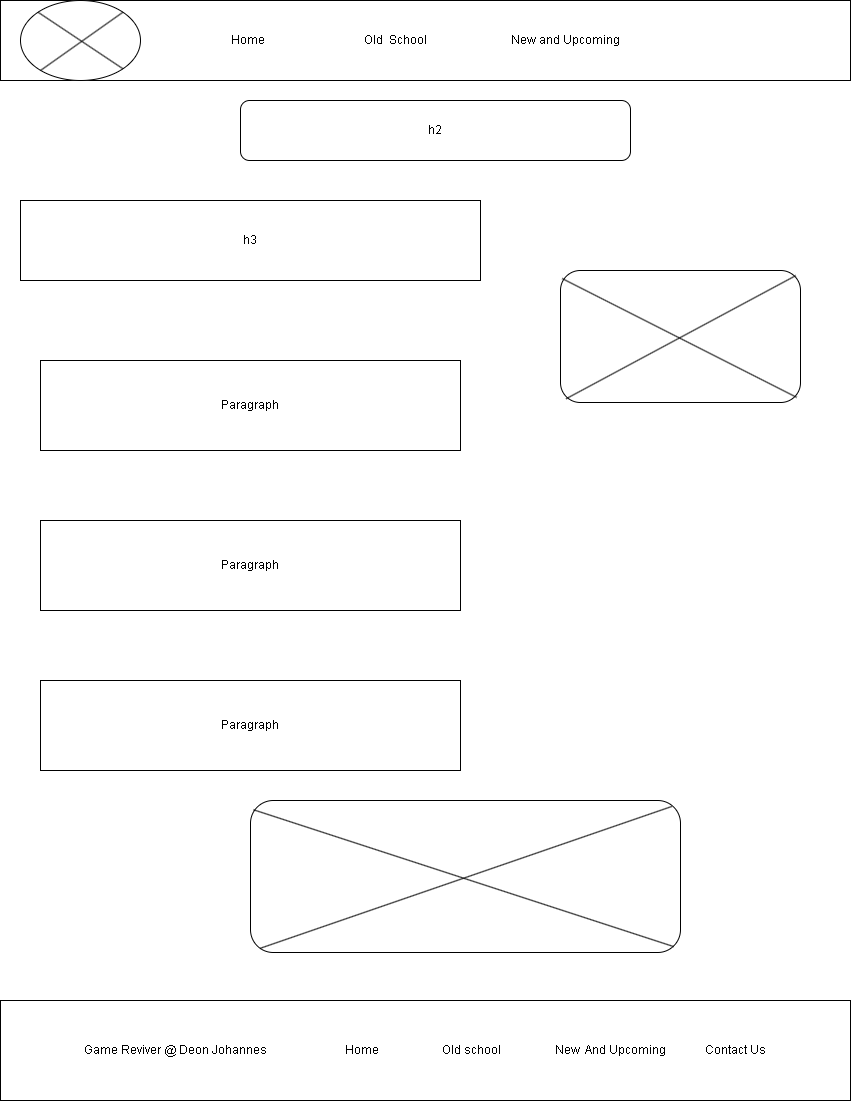
This is gamereviver/images/New and upcoming page.png from DeonAlfred/wdd130, a draw.io export, as it was before one commit. Source tidied: cells renumbered, new cells last; positions are measured from the earlier drawing's top-left corner, leaving out a move shared by most shapes.
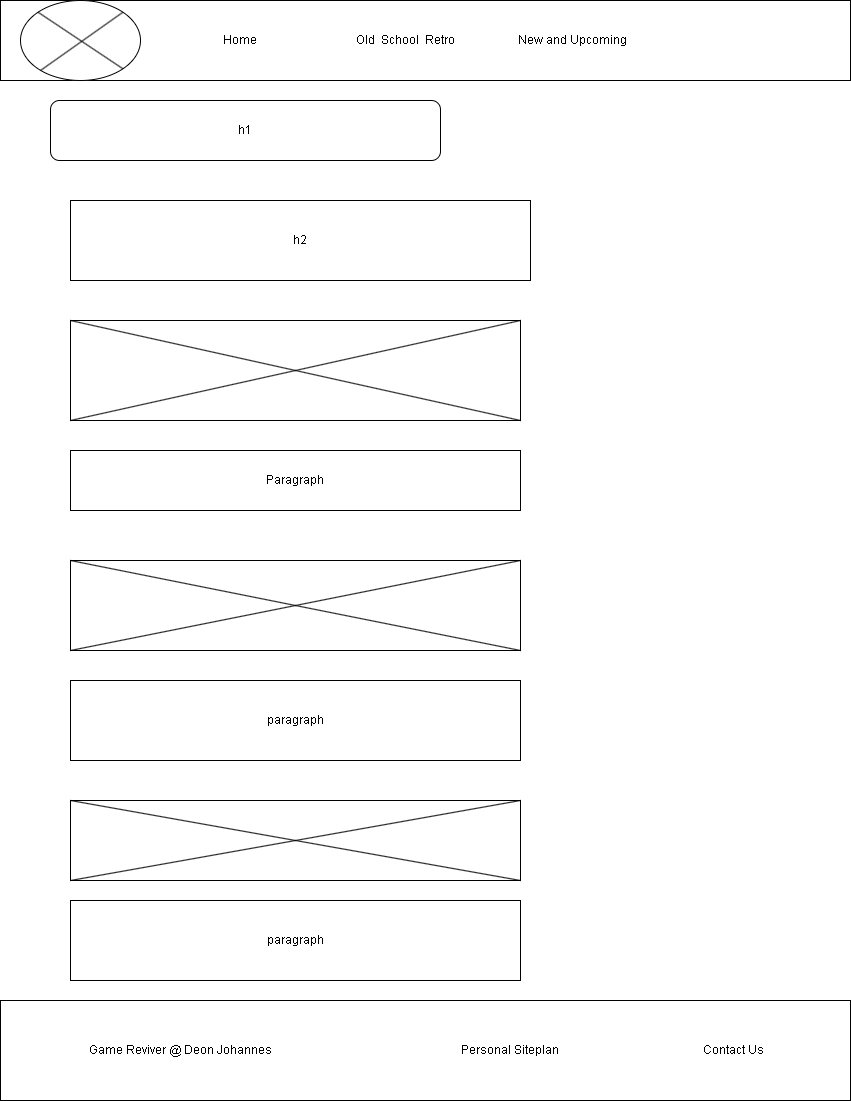
After the change.

Diff of the diagram source:
```diff
@@ -5,13 +5,13 @@
     <mxCell id="2" style="rounded=1;whiteSpace=wrap;html=1;shadow=0;" parent="1" vertex="1">
       <mxGeometry x="190" y="10" width="120" height="60" as="geometry" />
     </mxCell>
-    <mxCell id="3" value="Home&amp;nbsp; &amp;nbsp; &amp;nbsp; &amp;nbsp; &amp;nbsp; &amp;nbsp; &amp;nbsp; &amp;nbsp; &amp;nbsp; &amp;nbsp; &amp;nbsp; &amp;nbsp; &amp;nbsp; &amp;nbsp; &amp;nbsp; &amp;nbsp; &amp;nbsp;Old&amp;nbsp; School&amp;nbsp; &amp;nbsp; &amp;nbsp; &amp;nbsp; &amp;nbsp; &amp;nbsp; &amp;nbsp; &amp;nbsp; &amp;nbsp; &amp;nbsp; &amp;nbsp; &amp;nbsp; &amp;nbsp; &amp;nbsp; New and Upcoming" style="rounded=0;whiteSpace=wrap;html=1;align=center;" parent="1" vertex="1">
+    <mxCell id="3" value="Home&amp;nbsp; &amp;nbsp; &amp;nbsp; &amp;nbsp; &amp;nbsp; &amp;nbsp; &amp;nbsp; &amp;nbsp; &amp;nbsp; &amp;nbsp; &amp;nbsp; &amp;nbsp; &amp;nbsp; &amp;nbsp; &amp;nbsp; &amp;nbsp; &amp;nbsp;Old&amp;nbsp; School&amp;nbsp; Retro&amp;nbsp; &amp;nbsp; &amp;nbsp; &amp;nbsp; &amp;nbsp; &amp;nbsp; &amp;nbsp; &amp;nbsp; &amp;nbsp; &amp;nbsp; &amp;nbsp;New and Upcoming" style="rounded=0;whiteSpace=wrap;html=1;align=center;" parent="1" vertex="1">
       <mxGeometry width="850" height="80" as="geometry" />
     </mxCell>
     <mxCell id="4" style="ellipse;whiteSpace=wrap;html=1;" parent="1" vertex="1">
       <mxGeometry x="20" width="120" height="80" as="geometry" />
     </mxCell>
-    <mxCell id="5" value="&amp;nbsp;Game Reviver @ Deon Johannes&amp;nbsp; &amp;nbsp; &amp;nbsp; &amp;nbsp; &amp;nbsp; &amp;nbsp; &amp;nbsp; &amp;nbsp; &amp;nbsp; &amp;nbsp; &amp;nbsp; &amp;nbsp; &amp;nbsp; Home&amp;nbsp; &amp;nbsp; &amp;nbsp; &amp;nbsp; &amp;nbsp; &amp;nbsp; &amp;nbsp; &amp;nbsp; &amp;nbsp; &amp;nbsp; &amp;nbsp;Old school&amp;nbsp; &amp;nbsp; &amp;nbsp; &amp;nbsp; &amp;nbsp; &amp;nbsp; &amp;nbsp; &amp;nbsp; &amp;nbsp; New&amp;nbsp; And Upcoming&amp;nbsp; &amp;nbsp; &amp;nbsp; &amp;nbsp; &amp;nbsp; &amp;nbsp; &amp;nbsp;Contact Us&amp;nbsp;" style="rounded=0;whiteSpace=wrap;html=1;" parent="1" vertex="1">
+    <mxCell id="5" value="&amp;nbsp;Game Reviver @ Deon Johannes&amp;nbsp; &amp;nbsp; &amp;nbsp; &amp;nbsp; &amp;nbsp; &amp;nbsp; &amp;nbsp; &amp;nbsp; &amp;nbsp; &amp;nbsp; &amp;nbsp; &amp;nbsp; &amp;nbsp; &amp;nbsp; &amp;nbsp; &amp;nbsp; &amp;nbsp; &amp;nbsp; &amp;nbsp; &amp;nbsp; &amp;nbsp; &amp;nbsp; &amp;nbsp; &amp;nbsp; &amp;nbsp; &amp;nbsp; &amp;nbsp; &amp;nbsp; &amp;nbsp; &amp;nbsp; &amp;nbsp; &amp;nbsp;Personal Siteplan&amp;nbsp; &amp;nbsp; &amp;nbsp; &amp;nbsp; &amp;nbsp; &amp;nbsp; &amp;nbsp; &amp;nbsp; &amp;nbsp; &amp;nbsp; &amp;nbsp; &amp;nbsp; &amp;nbsp; &amp;nbsp; &amp;nbsp; &amp;nbsp; &amp;nbsp; &amp;nbsp; &amp;nbsp; &amp;nbsp; &amp;nbsp; &amp;nbsp; &amp;nbsp; &amp;nbsp; Contact Us" style="rounded=0;whiteSpace=wrap;html=1;" parent="1" vertex="1">
       <mxGeometry y="1000" width="850" height="100" as="geometry" />
     </mxCell>
     <mxCell id="6" style="endArrow=none;html=1;rounded=0;entryX=1;entryY=0;entryDx=0;entryDy=0;" parent="1" edge="1" target="4">
@@ -22,41 +22,53 @@
     <mxCell id="7" style="endArrow=none;html=1;rounded=0;entryX=1;entryY=1;entryDx=0;entryDy=0;exitX=0;exitY=0;exitDx=0;exitDy=0;" parent="1" edge="1" source="4" target="4">
       <mxGeometry relative="1" as="geometry" />
     </mxCell>
-    <mxCell id="8" value="h2" style="rounded=1;whiteSpace=wrap;html=1;" parent="1" vertex="1">
-      <mxGeometry x="240" y="100" width="390" height="60" as="geometry" />
+    <mxCell id="8" value="h1" style="rounded=1;whiteSpace=wrap;html=1;" parent="1" vertex="1">
+      <mxGeometry x="50" y="100" width="390" height="60" as="geometry" />
     </mxCell>
     <mxCell id="9" value="Text" style="text;html=1;align=center;verticalAlign=middle;strokeColor=none;fillColor=none;" parent="1" vertex="1">
       <mxGeometry x="360" y="208" width="40" height="30" as="geometry" />
     </mxCell>
-    <mxCell id="10" value="h3" style="rounded=0;whiteSpace=wrap;html=1;" parent="1" vertex="1">
-      <mxGeometry x="20" y="200" width="460" height="80" as="geometry" />
+    <mxCell id="10" value="h2" style="rounded=0;whiteSpace=wrap;html=1;" parent="1" vertex="1">
+      <mxGeometry x="70" y="200" width="460" height="80" as="geometry" />
     </mxCell>
+    <mxCell id="20" style="rounded=0;whiteSpace=wrap;html=1;" parent="1" vertex="1">
+      <mxGeometry x="70" y="320" width="450" height="100" as="geometry" />
+    </mxCell>
     <mxCell id="11" value="Paragraph" style="rounded=0;whiteSpace=wrap;html=1;" parent="1" vertex="1">
-      <mxGeometry x="40" y="360" width="420" height="90" as="geometry" />
+      <mxGeometry x="70" y="450" width="450" height="60" as="geometry" />
     </mxCell>
-    <mxCell id="12" style="rounded=1;whiteSpace=wrap;html=1;" parent="1" vertex="1">
-      <mxGeometry x="560" y="270" width="240" height="132" as="geometry" />
-    </mxCell>
-    <mxCell id="13" style="endArrow=none;html=1;rounded=0;exitX=0.98;exitY=0.039;exitDx=0;exitDy=0;exitPerimeter=0;entryX=0.023;entryY=0.972;entryDx=0;entryDy=0;entryPerimeter=0;" parent="1" edge="1" source="12" target="12">
-      <mxGeometry relative="1" as="geometry" />
-    </mxCell>
-    <mxCell id="14" style="endArrow=none;html=1;rounded=0;entryX=0.984;entryY=0.961;entryDx=0;entryDy=0;exitX=0.007;exitY=0.061;exitDx=0;exitDy=0;exitPerimeter=0;entryPerimeter=0;" parent="1" edge="1" source="12" target="12">
-      <mxGeometry relative="1" as="geometry" />
-    </mxCell>
-    <mxCell id="15" style="rounded=1;whiteSpace=wrap;html=1;" parent="1" vertex="1">
-      <mxGeometry x="250" y="800" width="430" height="152" as="geometry" />
-    </mxCell>
-    <mxCell id="16" style="endArrow=none;html=1;rounded=0;exitX=0.98;exitY=0.039;exitDx=0;exitDy=0;exitPerimeter=0;entryX=0.023;entryY=0.972;entryDx=0;entryDy=0;entryPerimeter=0;" parent="1" edge="1" source="15" target="15">
-      <mxGeometry relative="1" as="geometry" />
-    </mxCell>
-    <mxCell id="17" style="endArrow=none;html=1;rounded=0;entryX=0.984;entryY=0.961;entryDx=0;entryDy=0;exitX=0.007;exitY=0.061;exitDx=0;exitDy=0;exitPerimeter=0;entryPerimeter=0;" parent="1" edge="1" source="15" target="15">
-      <mxGeometry relative="1" as="geometry" />
-    </mxCell>
-    <mxCell id="18" value="Paragraph" style="rounded=0;whiteSpace=wrap;html=1;" parent="1" vertex="1">
-      <mxGeometry x="40" y="520" width="420" height="90" as="geometry" />
-    </mxCell>
-    <mxCell id="19" value="Paragraph" style="rounded=0;whiteSpace=wrap;html=1;" parent="1" vertex="1">
-      <mxGeometry x="40" y="680" width="420" height="90" as="geometry" />
-    </mxCell>
+    <mxCell id="21" style="endArrow=none;html=1;rounded=0;exitX=0;exitY=1;exitDx=0;exitDy=0;entryX=1;entryY=0;entryDx=0;entryDy=0;" parent="1" edge="1" source="20" target="20">
+      <mxGeometry relative="1" as="geometry" />
+    </mxCell>
+    <mxCell id="22" style="endArrow=none;html=1;rounded=0;entryX=1;entryY=1;entryDx=0;entryDy=0;exitX=0;exitY=0;exitDx=0;exitDy=0;" parent="1" edge="1" source="20" target="20">
+      <mxGeometry relative="1" as="geometry" />
+    </mxCell>
+    <mxCell id="23" style="rounded=0;whiteSpace=wrap;html=1;" parent="1" vertex="1">
+      <mxGeometry x="70" y="560" width="450" height="90" as="geometry" />
+    </mxCell>
+    <mxCell id="24" style="endArrow=none;html=1;rounded=0;entryX=1;entryY=0;entryDx=0;entryDy=0;exitX=0;exitY=1;exitDx=0;exitDy=0;" parent="1" edge="1" source="23" target="23">
+      <mxGeometry relative="1" as="geometry" />
+    </mxCell>
+    <mxCell id="25" style="endArrow=none;html=1;rounded=0;exitX=1;exitY=1;exitDx=0;exitDy=0;entryX=0;entryY=0;entryDx=0;entryDy=0;" parent="1" edge="1" source="23" target="23">
+      <mxGeometry relative="1" as="geometry" />
+    </mxCell>
+    <mxCell id="26" value="paragraph" style="rounded=0;whiteSpace=wrap;html=1;" parent="1" vertex="1">
+      <mxGeometry x="70" y="680" width="450" height="80" as="geometry" />
+    </mxCell>
+    <mxCell id="27" style="rounded=0;whiteSpace=wrap;html=1;" parent="1" vertex="1">
+      <mxGeometry x="70" y="800" width="450" height="80" as="geometry" />
+    </mxCell>
+    <mxCell id="28" style="endArrow=none;html=1;rounded=0;entryX=1;entryY=0;entryDx=0;entryDy=0;exitX=0;exitY=1;exitDx=0;exitDy=0;" parent="1" edge="1" source="27" target="27">
+      <mxGeometry relative="1" as="geometry" />
+    </mxCell>
+    <mxCell id="29" style="endArrow=none;html=1;rounded=0;exitX=0;exitY=0;exitDx=0;exitDy=0;entryX=1;entryY=1;entryDx=0;entryDy=0;" parent="1" edge="1" source="27" target="27">
+      <mxGeometry relative="1" as="geometry" />
+    </mxCell>
+    <mxCell id="30" style="edgeStyle=orthogonalEdgeStyle;rounded=0;orthogonalLoop=1;jettySize=auto;html=1;exitX=0.5;exitY=1;exitDx=0;exitDy=0;" parent="1" edge="1" source="23" target="23">
+      <mxGeometry relative="1" as="geometry" />
+    </mxCell>
+    <mxCell id="31" value="paragraph" style="rounded=0;whiteSpace=wrap;html=1;" parent="1" vertex="1">
+      <mxGeometry x="70" y="900" width="450" height="80" as="geometry" />
+    </mxCell>
   </root>
 </mxGraphModel>
```
